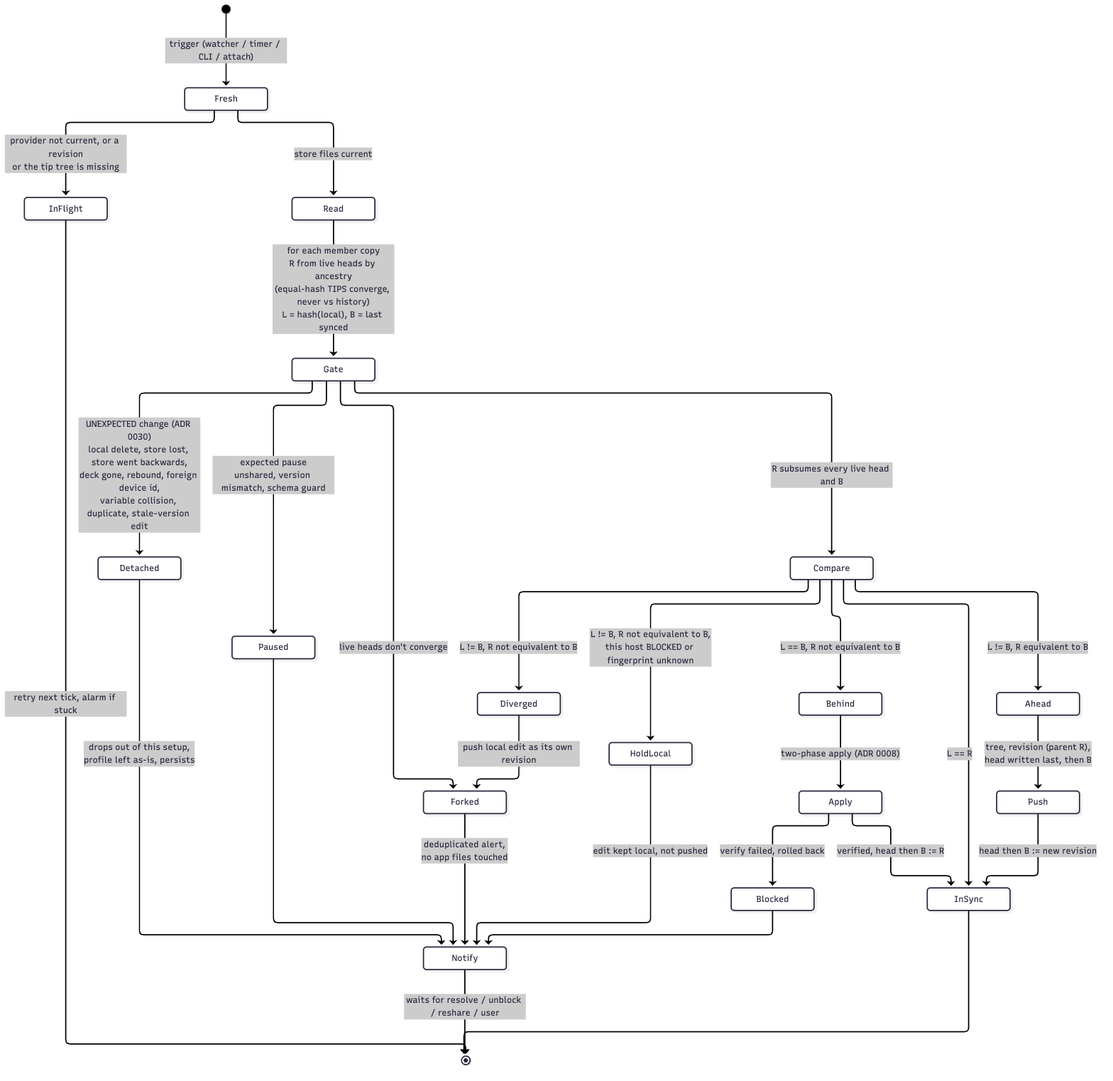
csmarshall/mac-streamdeck-sync keeps this Mermaid diagram as docs/sync-states.png. Above is the earlier version. Its source is kept beside it as docs/sync-states.mmd.
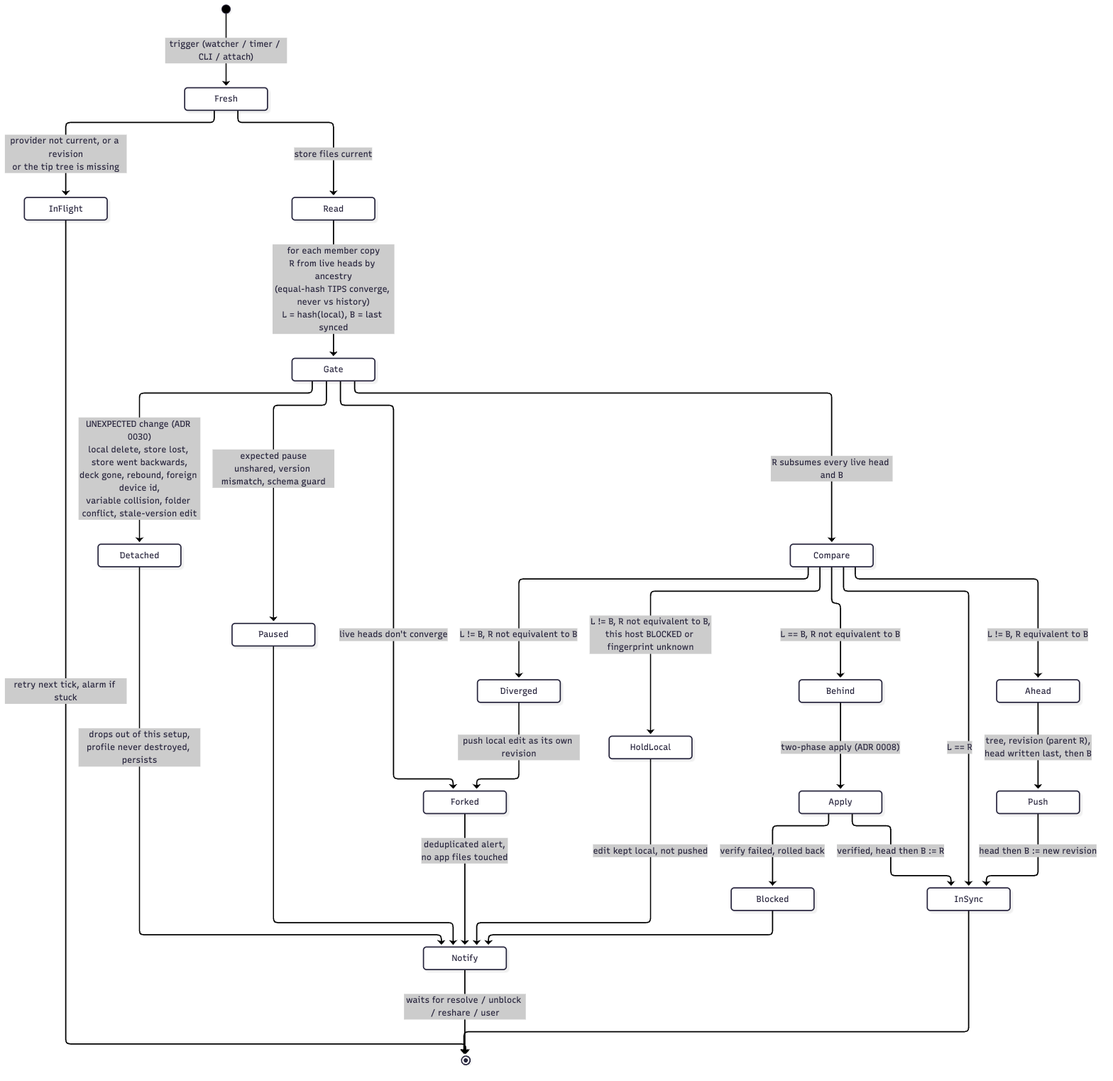
After the commit.

What changed in the source:
```diff
@@ -4,7 +4,7 @@
     Fresh --> InFlight: provider not current, or a revision<br/>or the tip tree is missing
     Fresh --> Read: store files current
     Read --> Gate: for each member copy<br/>R from live heads by ancestry<br/>(equal-hash TIPS converge, never vs history)<br/>L = hash(local), B = last synced
-    Gate --> Detached: UNEXPECTED change (ADR 0030)<br/>local delete, store lost, store went backwards,<br/>deck gone, rebound, foreign device id,<br/>variable collision, duplicate, stale-version edit
+    Gate --> Detached: UNEXPECTED change (ADR 0030)<br/>local delete, store lost, store went backwards,<br/>deck gone, rebound, foreign device id,<br/>variable collision, folder conflict, stale-version edit
     Gate --> Paused: expected pause<br/>unshared, version mismatch, schema guard
     Gate --> Forked: live heads don't converge
     Gate --> Compare: R subsumes every live head and B
@@ -23,7 +23,7 @@
     HoldLocal --> Notify: edit kept local, not pushed
     Blocked --> Notify
     Paused --> Notify
-    Detached --> Notify: drops out of this setup,<br/>profile left as-is, persists
+    Detached --> Notify: drops out of this setup,<br/>profile never destroyed, persists
     InFlight --> [*]: retry next tick, alarm if stuck
     InSync --> [*]
     Notify --> [*]: waits for resolve / unblock / reshare / user
```
